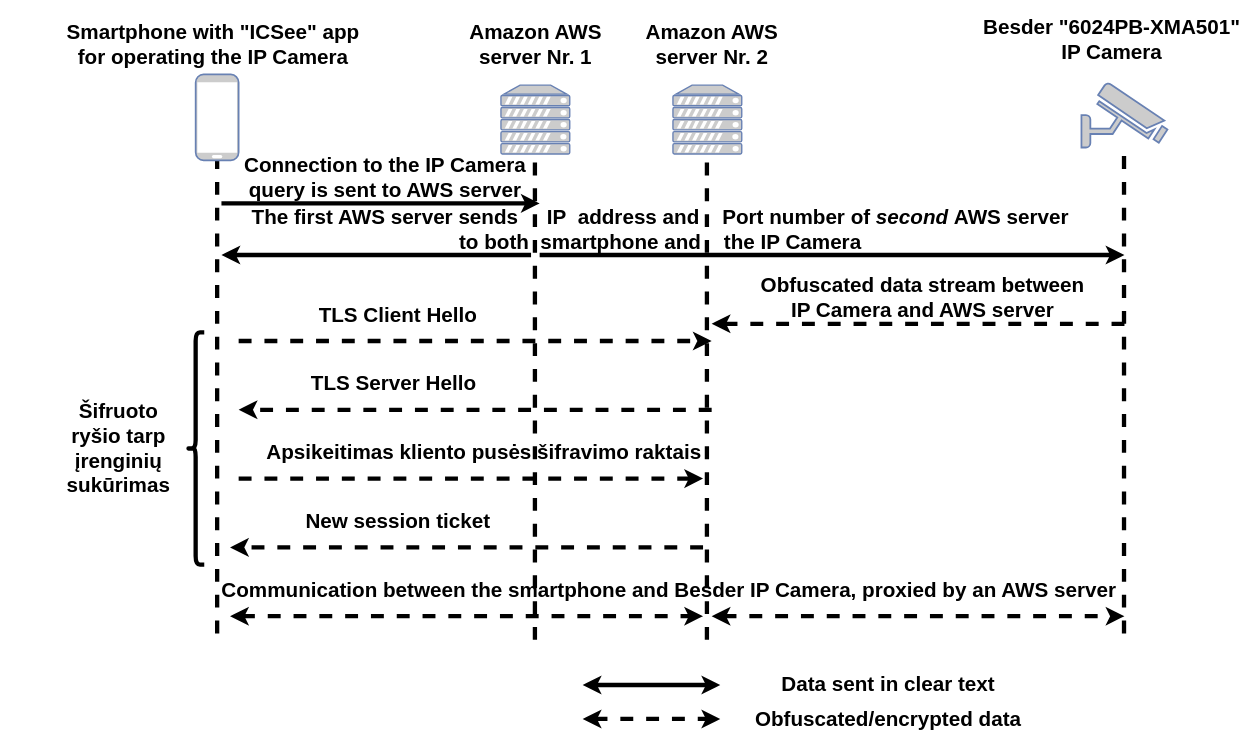
This is schemes/Communication_between_smartphone_and_IP_Camera_via_cloud.drawio from KostasEreksonas/Besder-6024PB-XMA501-ip-camera-security-investigation, a draw.io file, before an edit. Source tidied: cells renumbered, new cells numbered last; positions are measured from the earlier drawing's top-left corner, leaving out a move shared by most shapes. Both pictures are drawn from the tidied source at 86%, with x=0, y=0 at pixel (58, 27).
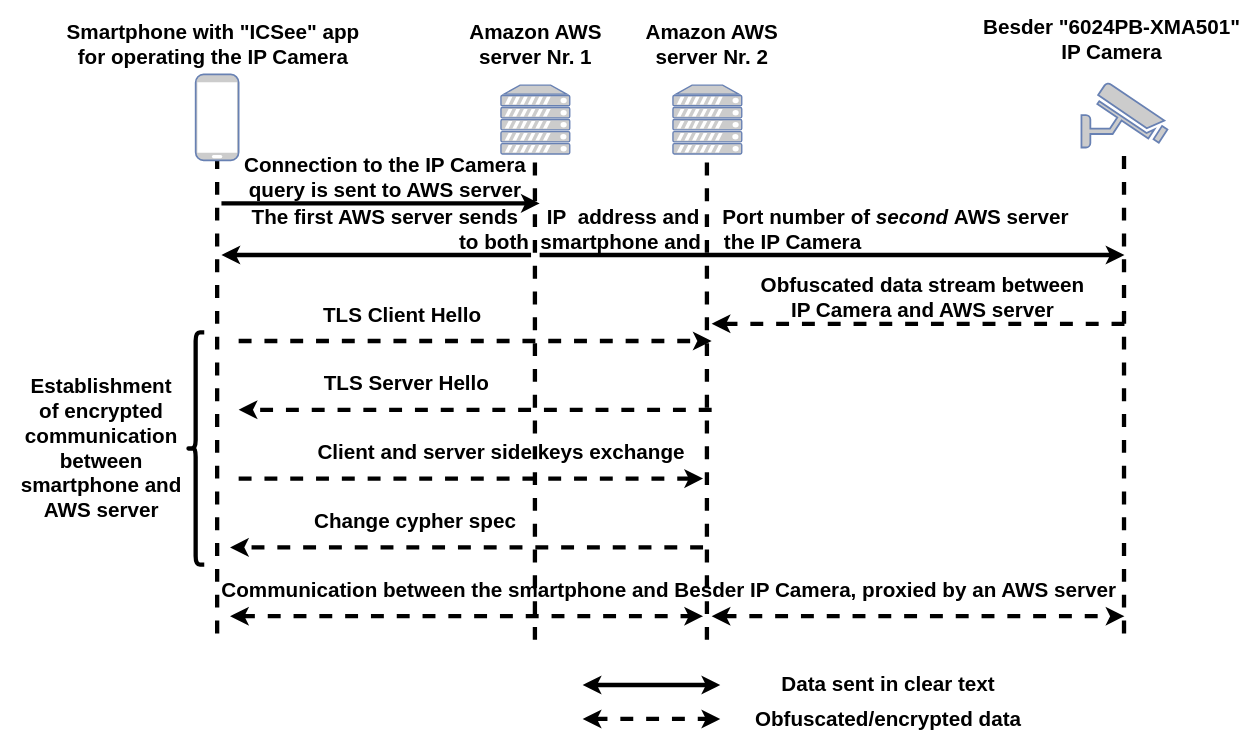
The same diagram, later.

Commit message:
Updated .drawio scheme of communication between a smartphone and Besder IP Camera via AWS cloud

Diff of the diagram source:
```diff
@@
     <mxCell id="20" value="&lt;font style=&quot;font-size: 24px&quot;&gt;&lt;b&gt;TLS Client Hello&lt;br&gt;&lt;/b&gt;&lt;/font&gt;" style="text;html=1;align=center;verticalAlign=middle;strokeColor=none;" parent="1" vertex="1">
-      <mxGeometry x="295" y="325" width="200" height="20" as="geometry" />
+      <mxGeometry x="300" y="325" width="200" height="20" as="geometry" />
     </mxCell>
@@
-    <mxCell id="22" value="&lt;div&gt;&lt;font style=&quot;font-size: 24px&quot;&gt;&lt;b&gt;New session ticket&lt;/b&gt;&lt;/font&gt;&lt;/div&gt;" style="text;html=1;align=center;verticalAlign=middle;strokeColor=none;" parent="1" vertex="1">
-      <mxGeometry x="280" y="565" width="230" height="20" as="geometry" />
+    <mxCell id="22" value="&lt;font style=&quot;font-size: 24px&quot;&gt;&lt;b&gt;Change cypher spec&lt;br&gt;&lt;/b&gt;&lt;/font&gt;" style="text;html=1;align=center;verticalAlign=middle;strokeColor=none;" parent="1" vertex="1">
+      <mxGeometry x="290" y="565" width="250" height="20" as="geometry" />
     </mxCell>
@@
-    <mxCell id="24" value="&lt;font style=&quot;font-size: 24px&quot;&gt;&lt;b&gt;&lt;font style=&quot;font-size: 24px&quot;&gt;&lt;b&gt;Apsikeitimas k&lt;/b&gt;&lt;/font&gt;liento pusės šifravimo raktais&lt;br&gt;&lt;/b&gt;&lt;/font&gt;" style="text;html=1;align=center;verticalAlign=middle;strokeColor=none;" parent="1" vertex="1">
-      <mxGeometry x="235" y="485" width="520" height="20" as="geometry" />
+    <mxCell id="24" value="&lt;font style=&quot;font-size: 24px&quot;&gt;&lt;b&gt;&lt;font style=&quot;font-size: 24px&quot;&gt;&lt;b&gt;Client and server side keys exchange&lt;br&gt;&lt;/b&gt;&lt;/font&gt;&lt;/b&gt;&lt;/font&gt;" style="text;html=1;align=center;verticalAlign=middle;strokeColor=none;" parent="1" vertex="1">
+      <mxGeometry x="295" y="485" width="440" height="20" as="geometry" />
     </mxCell>
@@
     <mxCell id="30" value="&lt;font style=&quot;font-size: 24px&quot;&gt;&lt;b&gt;TLS Server Hello&lt;/b&gt;&lt;/font&gt;" style="text;html=1;align=center;verticalAlign=middle;strokeColor=none;" parent="1" vertex="1">
-      <mxGeometry x="285" y="405" width="210" height="20" as="geometry" />
+      <mxGeometry x="300" y="405" width="210" height="20" as="geometry" />
     </mxCell>
@@
-    <mxCell id="35" value="&lt;div style=&quot;font-size: 24px&quot;&gt;&lt;font style=&quot;font-size: 24px&quot;&gt;&lt;b&gt;Šifruoto&lt;/b&gt;&lt;/font&gt;&lt;/div&gt;&lt;div style=&quot;font-size: 24px&quot;&gt;&lt;font style=&quot;font-size: 24px&quot;&gt;&lt;b&gt;ryšio tarp&lt;/b&gt;&lt;/font&gt;&lt;/div&gt;&lt;div style=&quot;font-size: 24px&quot;&gt;&lt;font style=&quot;font-size: 24px&quot;&gt;&lt;b&gt;įrenginių&lt;/b&gt;&lt;/font&gt;&lt;/div&gt;&lt;div style=&quot;font-size: 24px&quot;&gt;&lt;font style=&quot;font-size: 24px&quot;&gt;&lt;b&gt;sukūrimas&lt;br&gt;&lt;/b&gt;&lt;/font&gt;&lt;/div&gt;" style="text;html=1;align=center;verticalAlign=middle;strokeColor=none;" parent="1" vertex="1">
-      <mxGeometry y="460" width="140" height="60" as="geometry" />
+    <mxCell id="35" value="&lt;div style=&quot;font-size: 24px&quot;&gt;&lt;font style=&quot;font-size: 24px&quot;&gt;&lt;b&gt;Establishment&lt;/b&gt;&lt;/font&gt;&lt;/div&gt;&lt;div style=&quot;font-size: 24px&quot;&gt;&lt;font style=&quot;font-size: 24px&quot;&gt;&lt;b&gt;of encrypted&lt;/b&gt;&lt;/font&gt;&lt;/div&gt;&lt;div style=&quot;font-size: 24px&quot;&gt;&lt;font style=&quot;font-size: 24px&quot;&gt;&lt;b&gt;communication&lt;/b&gt;&lt;/font&gt;&lt;/div&gt;&lt;div style=&quot;font-size: 24px&quot;&gt;&lt;font style=&quot;font-size: 24px&quot;&gt;&lt;b&gt;between&lt;/b&gt;&lt;/font&gt;&lt;/div&gt;&lt;div style=&quot;font-size: 24px&quot;&gt;&lt;font style=&quot;font-size: 24px&quot;&gt;&lt;b&gt;smartphone and&lt;/b&gt;&lt;/font&gt;&lt;/div&gt;&lt;div style=&quot;font-size: 24px&quot;&gt;&lt;font style=&quot;font-size: 24px&quot;&gt;&lt;b&gt;AWS server&lt;br&gt;&lt;/b&gt;&lt;/font&gt;&lt;/div&gt;" style="text;html=1;align=center;verticalAlign=middle;strokeColor=none;" parent="1" vertex="1">
+      <mxGeometry x="-50" y="445" width="200" height="90" as="geometry" />
     </mxCell>
```
